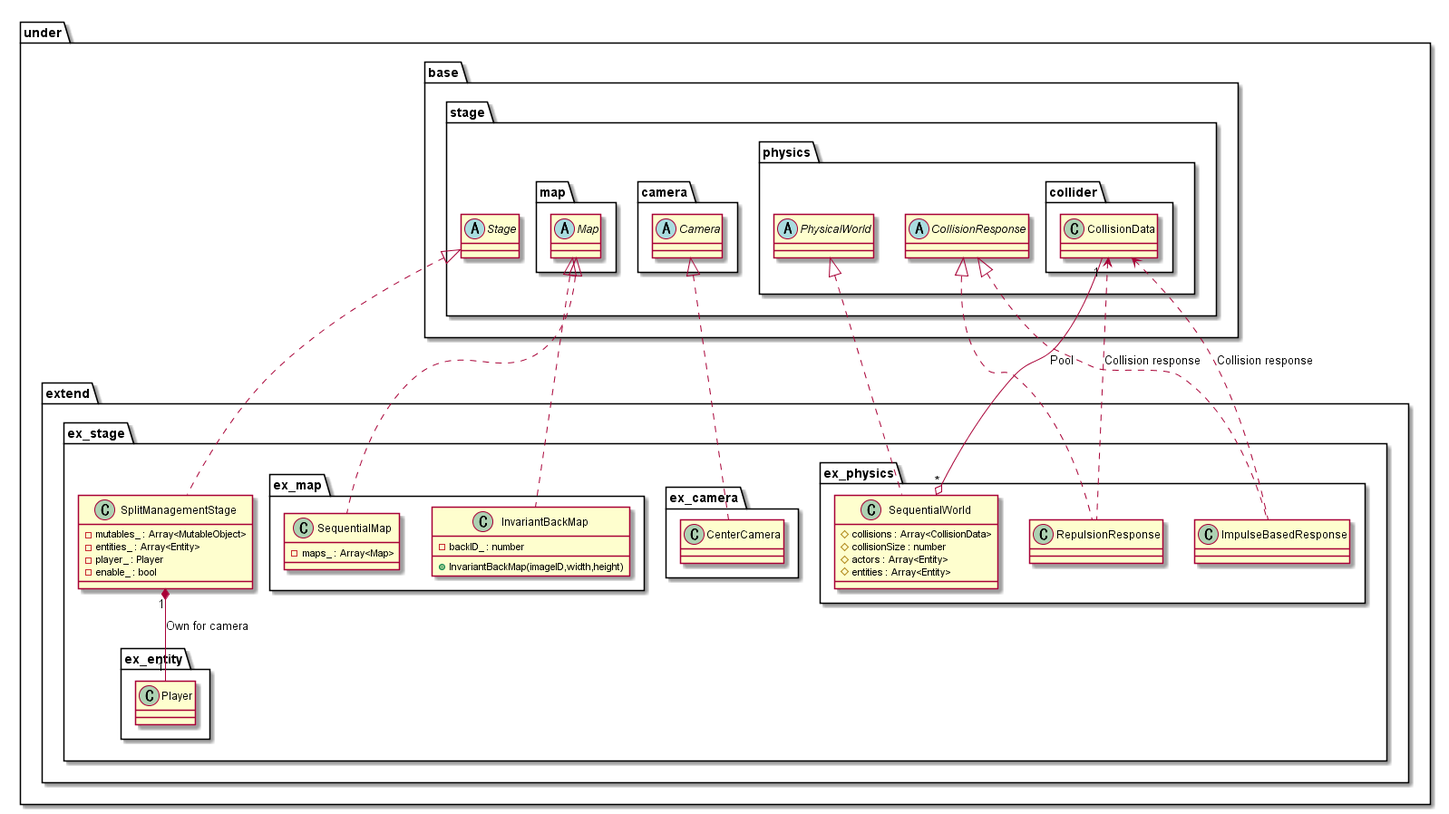
Expine/Under keeps this PlantUML diagram as out/uml/stage/Extend/StageExtend.png. Above is the earlier version.
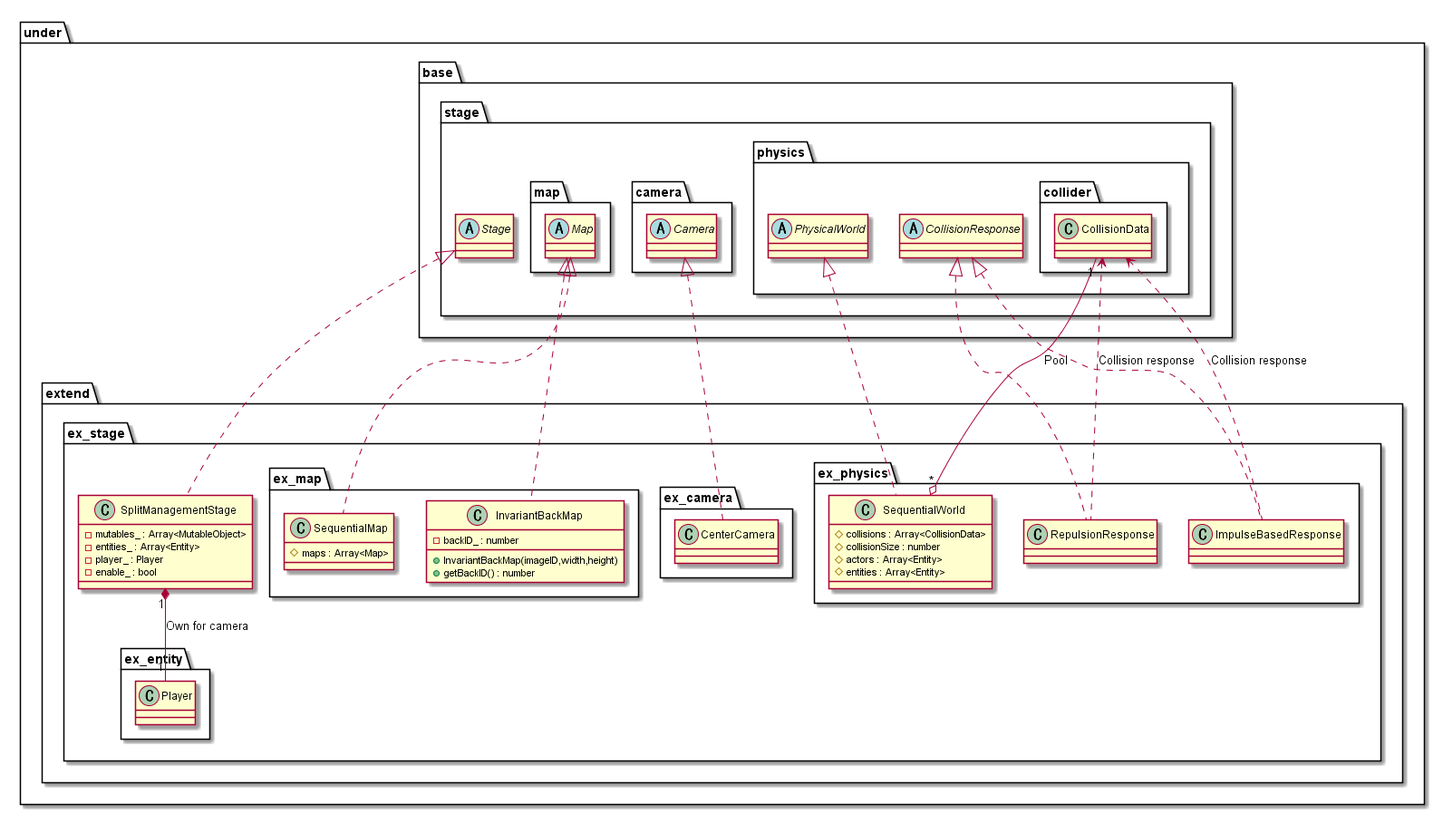
The same file after the commit.

What changed in the source:
```diff
@@ -10,11 +10,12 @@
             }
             package ex_map {
                 class SequentialMap {
-                    -maps_ : Array<Map>
+                    #maps : Array<Map>
                 }
                 class InvariantBackMap {
                     +InvariantBackMap(imageID,width,height)
                     -backID_ : number
+                    +getBackID() : number
                 }
             }
             package ex_camera {
```
